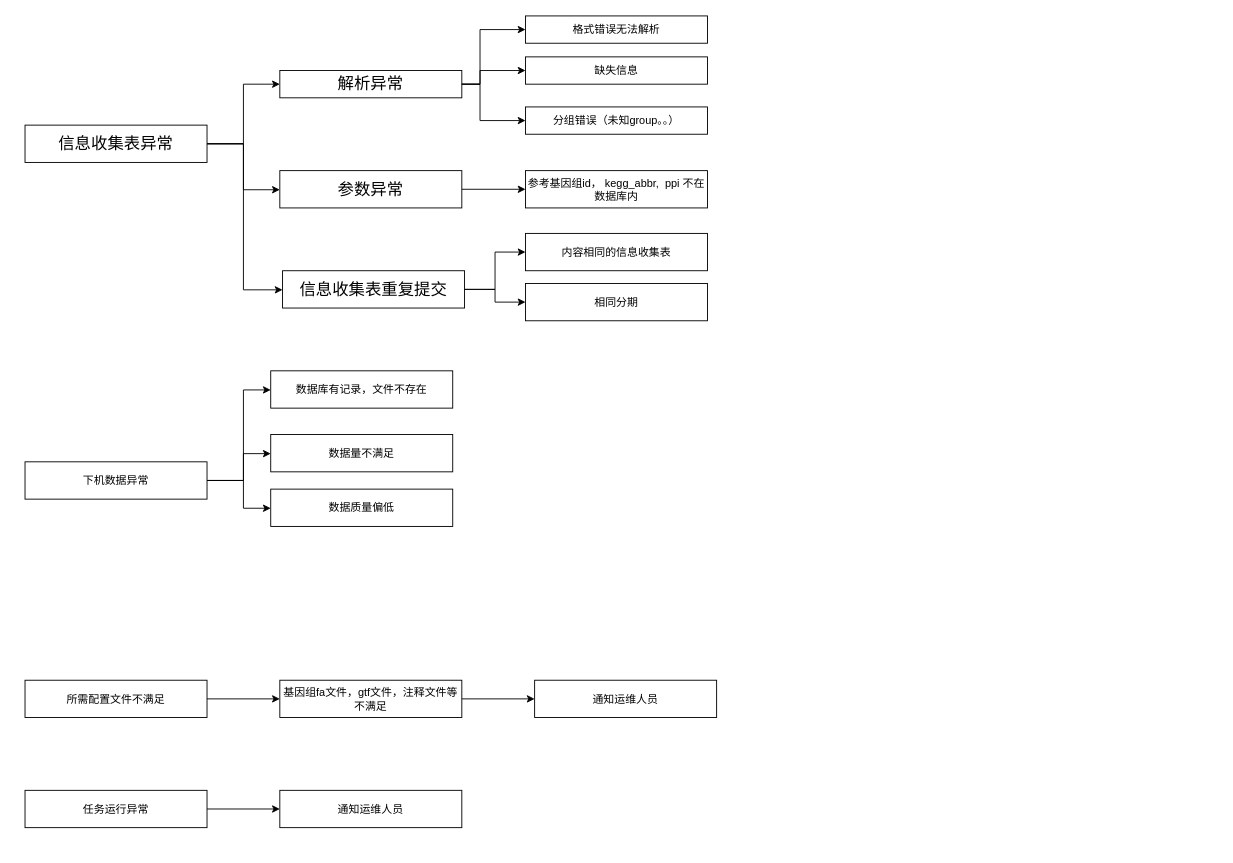
lidanqing123/drawio.picture keeps this draw.io diagram as 异常情况处理.drawio. Above is the earlier version. Source tidied: cells renumbered, new cells numbered last; positions are measured from the earlier drawing's top-left corner, leaving out a move shared by most shapes. Both pictures are drawn from the tidied source at 91%, with x=0, y=0 at pixel (25, 15).
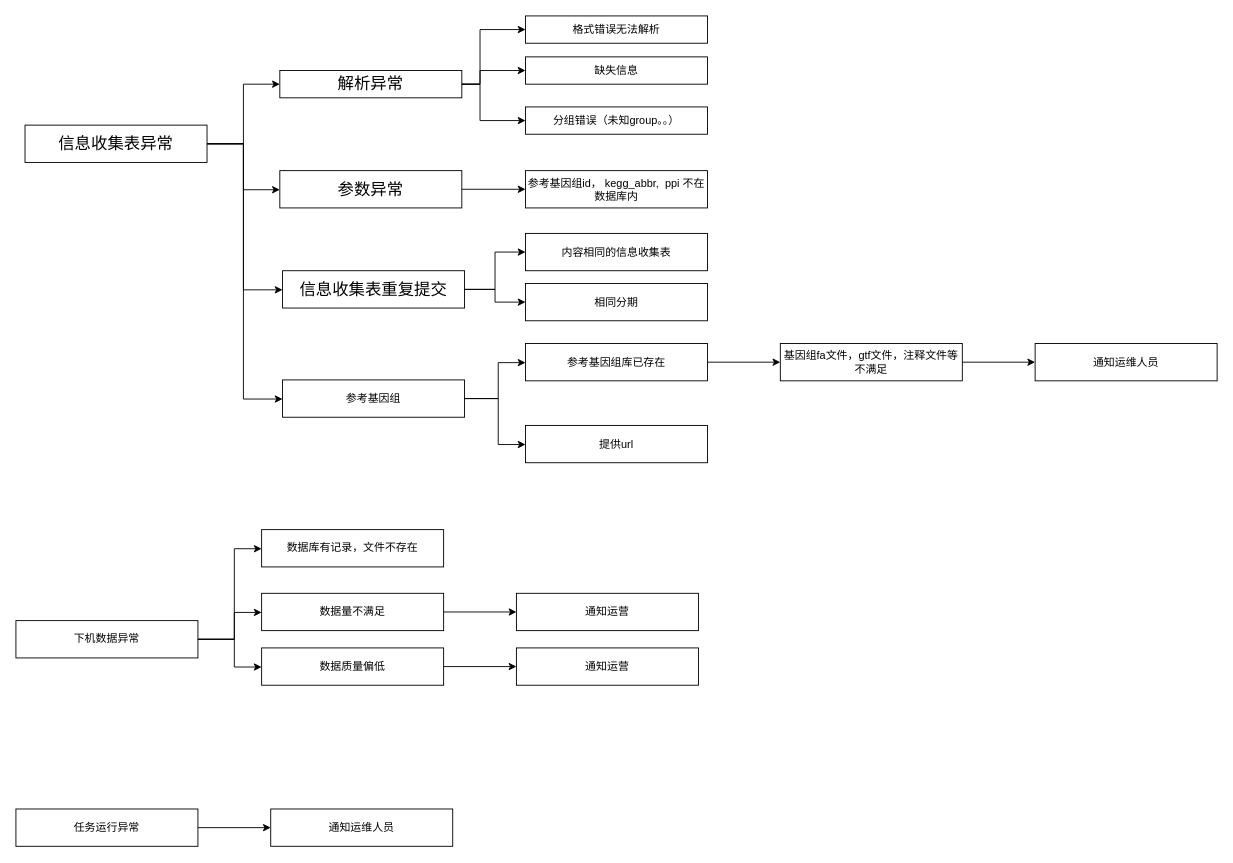
The same page after the edit.

Commit message:
更新异常情况处理.drawio

The change refers to these unchanged cells:
```xml
<mxCell id="5" value="&lt;font style=&quot;font-size: 18px&quot;&gt;信息收集表异常&lt;/font&gt;" style="text;html=1;strokeColor=#000000;fillColor=none;align=center;verticalAlign=middle;whiteSpace=wrap;rounded=0;" parent="1" vertex="1">
  <mxGeometry y="120" width="200" height="41" as="geometry" />
</mxCell>
```

Diff of the diagram source:
```diff
@@
+    <mxCell id="36" style="edgeStyle=orthogonalEdgeStyle;rounded=0;jettySize=auto;html=1;" parent="1" edge="1" source="5" target="39">
+      <mxGeometry relative="1" as="geometry">
+        <Array as="points">
+          <mxPoint x="240" y="141" />
+          <mxPoint x="240" y="421" />
+        </Array>
+      </mxGeometry>
+    </mxCell>
@@
+    <mxCell id="37" style="edgeStyle=orthogonalEdgeStyle;rounded=0;jettySize=auto;html=1;" parent="1" edge="1" source="39" target="42">
+      <mxGeometry relative="1" as="geometry">
+        <Array as="points">
+          <mxPoint x="520" y="421" />
+          <mxPoint x="520" y="381" />
+        </Array>
+      </mxGeometry>
+    </mxCell>
+    <mxCell id="38" style="edgeStyle=orthogonalEdgeStyle;rounded=0;jettySize=auto;html=1;" parent="1" edge="1" source="39" target="40">
+      <mxGeometry relative="1" as="geometry">
+        <Array as="points">
+          <mxPoint x="520" y="421" />
+          <mxPoint x="520" y="471" />
+        </Array>
+      </mxGeometry>
+    </mxCell>
+    <mxCell id="39" value="参考基因组" style="text;html=1;strokeColor=#000000;fillColor=none;align=center;verticalAlign=middle;whiteSpace=wrap;rounded=0;" parent="1" vertex="1">
+      <mxGeometry x="283" y="400" width="200" height="41" as="geometry" />
+    </mxCell>
+    <mxCell id="40" value="提供url" style="text;html=1;strokeColor=#000000;fillColor=none;align=center;verticalAlign=middle;whiteSpace=wrap;rounded=0;" parent="1" vertex="1">
+      <mxGeometry x="550" y="450" width="200" height="41" as="geometry" />
+    </mxCell>
+    <mxCell id="41" style="edgeStyle=orthogonalEdgeStyle;rounded=0;jettySize=auto;html=1;" parent="1" edge="1" source="42">
+      <mxGeometry relative="1" as="geometry">
+        <mxPoint x="830" y="380.5" as="targetPoint" />
+      </mxGeometry>
+    </mxCell>
+    <mxCell id="42" value="参考基因组库已存在" style="text;html=1;strokeColor=#000000;fillColor=none;align=center;verticalAlign=middle;whiteSpace=wrap;rounded=0;" parent="1" vertex="1">
+      <mxGeometry x="550" y="360" width="200" height="41" as="geometry" />
+    </mxCell>
     <mxCell id="6" style="edgeStyle=orthogonalEdgeStyle;rounded=0;jettySize=auto;html=1;" parent="1" edge="1" source="9" target="20">
       <mxGeometry relative="1" as="geometry">
         <Array as="points">
-          <mxPoint x="240" y="511" />
-          <mxPoint x="240" y="411" />
+          <mxPoint x="230" y="685.5" />
+          <mxPoint x="230" y="585.5" />
         </Array>
       </mxGeometry>
     </mxCell>
     <mxCell id="7" style="edgeStyle=orthogonalEdgeStyle;rounded=0;jettySize=auto;html=1;" parent="1" edge="1" source="9" target="19">
       <mxGeometry relative="1" as="geometry">
         <Array as="points">
-          <mxPoint x="240" y="511" />
-          <mxPoint x="240" y="481" />
+          <mxPoint x="230" y="685.5" />
+          <mxPoint x="230" y="655.5" />
         </Array>
       </mxGeometry>
     </mxCell>
     <mxCell id="8" style="edgeStyle=orthogonalEdgeStyle;rounded=0;jettySize=auto;html=1;" parent="1" edge="1" source="9" target="18">
       <mxGeometry relative="1" as="geometry">
         <Array as="points">
-          <mxPoint x="240" y="511" />
-          <mxPoint x="240" y="541" />
+          <mxPoint x="230" y="685.5" />
+          <mxPoint x="230" y="715.5" />
         </Array>
       </mxGeometry>
     </mxCell>
     <mxCell id="9" value="下机数据异常" style="text;html=1;strokeColor=#000000;fillColor=none;align=center;verticalAlign=middle;whiteSpace=wrap;rounded=0;" parent="1" vertex="1">
-      <mxGeometry y="490" width="200" height="41" as="geometry" />
+      <mxGeometry x="-10" y="664.5" width="200" height="41" as="geometry" />
     </mxCell>
-    <mxCell id="10" style="edgeStyle=orthogonalEdgeStyle;rounded=0;jettySize=auto;html=1;" parent="1" edge="1" source="11" target="16">
-      <mxGeometry relative="1" as="geometry" />
-    </mxCell>
-    <mxCell id="11" value="所需配置文件不满足" style="text;html=1;strokeColor=#000000;fillColor=none;align=center;verticalAlign=middle;whiteSpace=wrap;rounded=0;" parent="1" vertex="1">
-      <mxGeometry y="730" width="200" height="41" as="geometry" />
-    </mxCell>
@@
     <mxCell id="13" value="任务运行异常" style="text;html=1;strokeColor=#000000;fillColor=none;align=center;verticalAlign=middle;whiteSpace=wrap;rounded=0;" parent="1" vertex="1">
-      <mxGeometry y="851" width="200" height="41" as="geometry" />
+      <mxGeometry x="-10" y="871.5" width="200" height="41" as="geometry" />
     </mxCell>
     <mxCell id="14" value="通知运维人员" style="text;html=1;strokeColor=#000000;fillColor=none;align=center;verticalAlign=middle;whiteSpace=wrap;rounded=0;" parent="1" vertex="1">
-      <mxGeometry x="280" y="851" width="200" height="41" as="geometry" />
+      <mxGeometry x="270" y="871.5" width="200" height="41" as="geometry" />
     </mxCell>
@@
     <mxCell id="16" value="基因组fa文件，gtf文件，注释文件等不满足" style="text;html=1;strokeColor=#000000;fillColor=none;align=center;verticalAlign=middle;whiteSpace=wrap;rounded=0;" parent="1" vertex="1">
-      <mxGeometry x="280" y="730" width="200" height="41" as="geometry" />
+      <mxGeometry x="830" y="360" width="200" height="41" as="geometry" />
     </mxCell>
     <mxCell id="17" value="通知运维人员" style="text;html=1;strokeColor=#000000;fillColor=none;align=center;verticalAlign=middle;whiteSpace=wrap;rounded=0;" parent="1" vertex="1">
-      <mxGeometry x="560" y="730" width="200" height="41" as="geometry" />
+      <mxGeometry x="1110" y="360" width="200" height="41" as="geometry" />
     </mxCell>
+    <mxCell id="43" style="edgeStyle=orthogonalEdgeStyle;rounded=0;jettySize=auto;html=1;" parent="1" edge="1" source="18" target="44">
+      <mxGeometry relative="1" as="geometry" />
+    </mxCell>
     <mxCell id="18" value="数据质量偏低" style="text;html=1;strokeColor=#000000;fillColor=none;align=center;verticalAlign=middle;whiteSpace=wrap;rounded=0;" parent="1" vertex="1">
-      <mxGeometry x="270" y="520" width="200" height="41" as="geometry" />
+      <mxGeometry x="260" y="694.5" width="200" height="41" as="geometry" />
     </mxCell>
+    <mxCell id="44" value="通知运营" style="text;html=1;strokeColor=#000000;fillColor=none;align=center;verticalAlign=middle;whiteSpace=wrap;rounded=0;" parent="1" vertex="1">
+      <mxGeometry x="540" y="694.5" width="200" height="41" as="geometry" />
+    </mxCell>
+    <mxCell id="45" style="edgeStyle=orthogonalEdgeStyle;rounded=0;jettySize=auto;html=1;" parent="1" edge="1" source="19" target="46">
+      <mxGeometry relative="1" as="geometry" />
+    </mxCell>
     <mxCell id="19" value="数据量不满足" style="text;html=1;strokeColor=#000000;fillColor=none;align=center;verticalAlign=middle;whiteSpace=wrap;rounded=0;" parent="1" vertex="1">
-      <mxGeometry x="270" y="460" width="200" height="41" as="geometry" />
+      <mxGeometry x="260" y="634.5" width="200" height="41" as="geometry" />
     </mxCell>
+    <mxCell id="46" value="通知运营" style="text;html=1;strokeColor=#000000;fillColor=none;align=center;verticalAlign=middle;whiteSpace=wrap;rounded=0;" parent="1" vertex="1">
+      <mxGeometry x="540" y="634.5" width="200" height="41" as="geometry" />
+    </mxCell>
     <mxCell id="20" value="数据库有记录，文件不存在" style="text;html=1;strokeColor=#000000;fillColor=none;align=center;verticalAlign=middle;whiteSpace=wrap;rounded=0;" parent="1" vertex="1">
-      <mxGeometry x="270" y="390" width="200" height="41" as="geometry" />
+      <mxGeometry x="260" y="564.5" width="200" height="41" as="geometry" />
     </mxCell>
```
